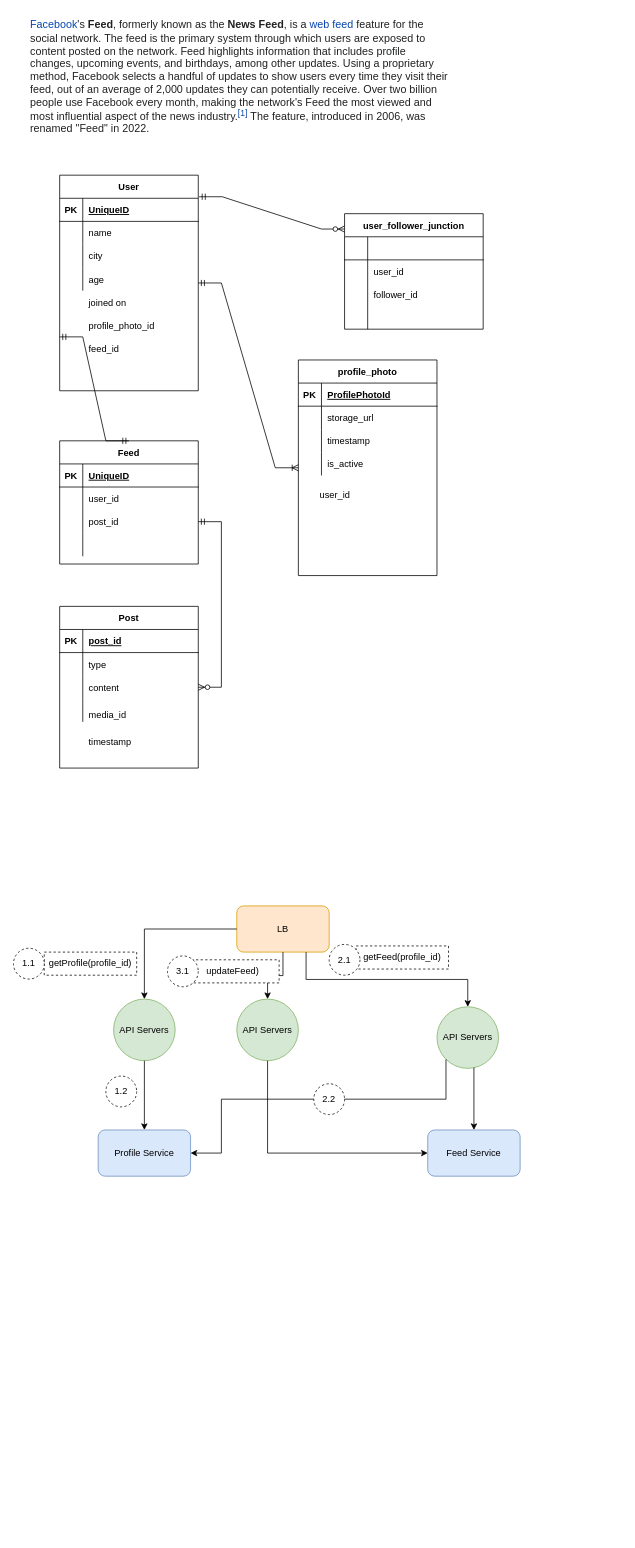
rajdeepd/draw_io keeps this draw.io diagram as Facebook Newsfeed 1.drawio. Above is the earlier version. Source tidied: cells renumbered, new cells numbered last; positions are measured from the earlier drawing's top-left corner, leaving out a move shared by most shapes. Both pictures are drawn from the tidied source at 77%, with x=0, y=0 at pixel (13, 13).
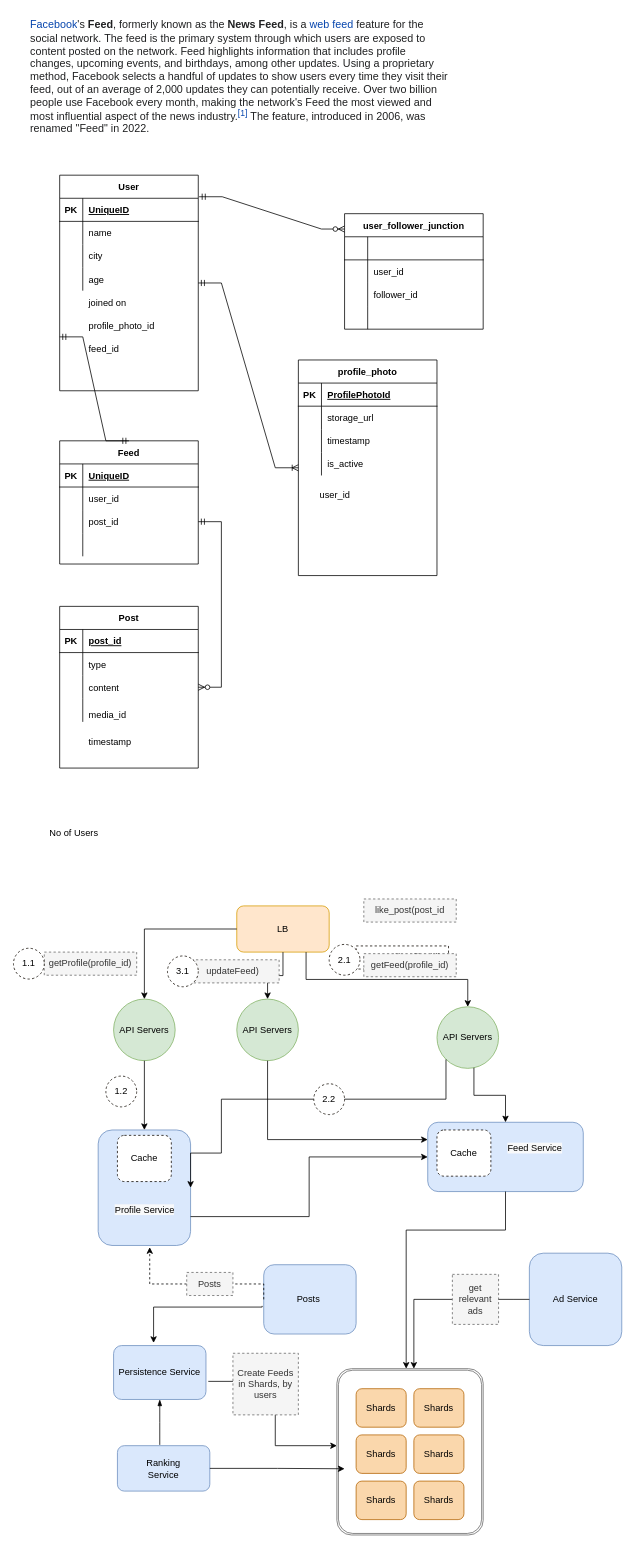
Above is the later version.

The change refers to these unchanged cells:
```xml
<mxCell id="80" value="API Servers" style="ellipse;whiteSpace=wrap;html=1;fillColor=#d5e8d4;strokeColor=#82b366;" parent="1" vertex="1">
  <mxGeometry x="290" y="1280" width="80" height="80" as="geometry" />
</mxCell>
```

What changed in the source:
```diff
@@
+    <mxCell id="99" style="shape=ext;double=1;rounded=1;whiteSpace=wrap;html=1;shadow=0;strokeColor=#666666;fillColor=default;strokeWidth=1;arcSize=10;" parent="1" vertex="1">
+      <mxGeometry x="420" y="1760" width="190" height="216" as="geometry" />
+    </mxCell>
@@
-    <mxCell id="85" value="Feed Service" style="rounded=1;whiteSpace=wrap;html=1;fillColor=#dae8fc;strokeColor=#6c8ebf;" parent="1" vertex="1">
-      <mxGeometry x="538" y="1450" width="120" height="60" as="geometry" />
+    <mxCell id="85" style="rounded=1;whiteSpace=wrap;html=1;fillColor=#dae8fc;strokeColor=#6c8ebf;" parent="1" vertex="1">
+      <mxGeometry x="538" y="1440" width="202" height="90" as="geometry" />
     </mxCell>
-    <mxCell id="86" value="Profile Service" style="rounded=1;whiteSpace=wrap;html=1;fillColor=#dae8fc;strokeColor=#6c8ebf;" parent="1" vertex="1">
-      <mxGeometry x="110" y="1450" width="120" height="60" as="geometry" />
+    <mxCell id="86" style="rounded=1;whiteSpace=wrap;html=1;fillColor=#dae8fc;strokeColor=#6c8ebf;" parent="1" vertex="1">
+      <mxGeometry x="110" y="1450" width="120" height="150" as="geometry" />
     </mxCell>
-    <mxCell id="87" value="getProfile(profile_id)" style="text;html=1;strokeColor=#0F0800;fillColor=#FFFFFF;align=center;verticalAlign=middle;whiteSpace=wrap;rounded=0;shadow=0;dashed=1;" parent="1" vertex="1">
+    <mxCell id="87" value="getProfile(profile_id)" style="text;html=1;strokeColor=#666666;fillColor=#f5f5f5;align=center;verticalAlign=middle;whiteSpace=wrap;rounded=0;shadow=0;dashed=1;fontColor=#333333;" parent="1" vertex="1">
       <mxGeometry x="40" y="1219" width="120" height="30" as="geometry" />
     </mxCell>
@@
-    <mxCell id="96" value="updateFeed)" style="text;html=1;strokeColor=#0F0800;fillColor=#FFFFFF;align=center;verticalAlign=middle;whiteSpace=wrap;rounded=0;shadow=0;dashed=1;" parent="1" vertex="1">
+    <mxCell id="96" value="updateFeed)" style="text;html=1;strokeColor=#666666;fillColor=#f5f5f5;align=center;verticalAlign=middle;whiteSpace=wrap;rounded=0;shadow=0;dashed=1;fontColor=#333333;" parent="1" vertex="1">
       <mxGeometry x="225" y="1229" width="120" height="30" as="geometry" />
     </mxCell>
-    <mxCell id="97" style="endArrow=classic;html=1;rounded=0;edgeStyle=orthogonalEdgeStyle;exitX=0.5;exitY=1;exitDx=0;exitDy=0;" parent="1" edge="1" source="80" target="85">
+    <mxCell id="97" style="endArrow=classic;html=1;rounded=0;edgeStyle=orthogonalEdgeStyle;exitX=0.5;exitY=1;exitDx=0;exitDy=0;entryX=0;entryY=0.25;entryDx=0;entryDy=0;" parent="1" edge="1" source="80" target="85">
       <mxGeometry relative="1" as="geometry">
         <Array as="points">
-          <mxPoint x="330" y="1480" />
+          <mxPoint x="330" y="1463" />
         </Array>
       </mxGeometry>
     </mxCell>
@@
+    <mxCell id="100" value="No of Users&lt;br&gt;" style="text;html=1;strokeColor=none;fillColor=none;align=left;verticalAlign=middle;whiteSpace=wrap;rounded=0;shadow=0;dashed=1;" parent="1" vertex="1">
+      <mxGeometry x="45" y="1050" width="305" height="30" as="geometry" />
+    </mxCell>
+    <mxCell id="101" value="getFeed(profile_id)" style="text;html=1;strokeColor=#666666;fillColor=#f5f5f5;align=center;verticalAlign=middle;whiteSpace=wrap;rounded=0;shadow=0;dashed=1;fontColor=#333333;" parent="1" vertex="1">
+      <mxGeometry x="455" y="1221" width="120" height="30" as="geometry" />
+    </mxCell>
+    <mxCell id="102" value="like_post(post_id" style="text;html=1;strokeColor=#666666;fillColor=#f5f5f5;align=center;verticalAlign=middle;whiteSpace=wrap;rounded=0;shadow=0;dashed=1;fontColor=#333333;" parent="1" vertex="1">
+      <mxGeometry x="455" y="1150" width="120" height="30" as="geometry" />
+    </mxCell>
+    <mxCell id="103" value="Posts&amp;nbsp;" style="rounded=1;whiteSpace=wrap;html=1;fillColor=#dae8fc;strokeColor=#6c8ebf;" parent="1" vertex="1">
+      <mxGeometry x="325" y="1625" width="120" height="90" as="geometry" />
+    </mxCell>
+    <mxCell id="104" style="edgeStyle=elbowEdgeStyle;elbow=vertical;endArrow=classic;html=1;rounded=0;" parent="1" edge="1" source="85" target="99">
+      <mxGeometry relative="1" as="geometry">
+        <Array as="points">
+          <mxPoint x="510" y="1580" />
+        </Array>
+      </mxGeometry>
+    </mxCell>
+    <mxCell id="105" style="edgeStyle=elbowEdgeStyle;elbow=horizontal;endArrow=classic;html=1;rounded=0;exitX=1;exitY=0.75;exitDx=0;exitDy=0;entryX=0;entryY=0.5;entryDx=0;entryDy=0;" parent="1" edge="1" source="86" target="85">
+      <mxGeometry relative="1" as="geometry" />
+    </mxCell>
+    <mxCell id="106" value="Cache" style="rounded=1;whiteSpace=wrap;html=1;shadow=0;dashed=1;strokeColor=#0F0800;fillColor=#FFFFFF;" parent="1" vertex="1">
+      <mxGeometry x="550" y="1450" width="70" height="60" as="geometry" />
+    </mxCell>
+    <mxCell id="107" value="&lt;span style=&quot;color: rgb(0, 0, 0); font-family: Helvetica; font-size: 12px; font-style: normal; font-variant-ligatures: normal; font-variant-caps: normal; font-weight: 400; letter-spacing: normal; orphans: 2; text-align: center; text-indent: 0px; text-transform: none; widows: 2; word-spacing: 0px; -webkit-text-stroke-width: 0px; background-color: rgb(248, 249, 250); text-decoration-thickness: initial; text-decoration-style: initial; text-decoration-color: initial; float: none; display: inline !important;&quot;&gt;Feed Service&lt;/span&gt;" style="text;whiteSpace=wrap;html=1;" parent="1" vertex="1">
+      <mxGeometry x="640" y="1460" width="100" height="30" as="geometry" />
+    </mxCell>
+    <mxCell id="108" style="edgeStyle=elbowEdgeStyle;elbow=vertical;endArrow=classic;html=1;rounded=0;entryX=0.558;entryY=1.015;entryDx=0;entryDy=0;entryPerimeter=0;exitX=0;exitY=0.5;exitDx=0;exitDy=0;dashed=1;" parent="1" edge="1" source="103" target="86">
+      <mxGeometry relative="1" as="geometry">
+        <Array as="points">
+          <mxPoint x="290" y="1650" />
+        </Array>
+      </mxGeometry>
+    </mxCell>
+    <mxCell id="109" value="Posts" style="text;html=1;align=center;verticalAlign=middle;whiteSpace=wrap;rounded=0;shadow=0;dashed=1;fillColor=#f5f5f5;fontColor=#333333;strokeColor=#666666;" parent="1" vertex="1">
+      <mxGeometry x="225" y="1635" width="60" height="30" as="geometry" />
+    </mxCell>
+    <mxCell id="110" value="Ad Service" style="rounded=1;whiteSpace=wrap;html=1;fillColor=#dae8fc;strokeColor=#6c8ebf;" parent="1" vertex="1">
+      <mxGeometry x="670" y="1610" width="120" height="120" as="geometry" />
+    </mxCell>
+    <mxCell id="111" style="edgeStyle=elbowEdgeStyle;elbow=horizontal;endArrow=classic;html=1;rounded=0;exitX=0;exitY=0.5;exitDx=0;exitDy=0;startArrow=none;" parent="1" edge="1" source="112" target="99">
+      <mxGeometry relative="1" as="geometry">
+        <Array as="points">
+          <mxPoint x="520" y="1670" />
+          <mxPoint x="530" y="1670" />
+        </Array>
+      </mxGeometry>
+    </mxCell>
+    <mxCell id="112" value="get relevant ads" style="text;html=1;align=center;verticalAlign=middle;whiteSpace=wrap;rounded=0;shadow=0;dashed=1;fillColor=#f5f5f5;fontColor=#333333;strokeColor=#666666;" parent="1" vertex="1">
+      <mxGeometry x="570" y="1637.5" width="60" height="65" as="geometry" />
+    </mxCell>
+    <mxCell id="113" style="edgeStyle=elbowEdgeStyle;elbow=horizontal;endArrow=none;html=1;rounded=0;exitX=0;exitY=0.5;exitDx=0;exitDy=0;entryX=1;entryY=0.5;entryDx=0;entryDy=0;" parent="1" edge="1" source="110" target="112">
+      <mxGeometry relative="1" as="geometry" />
+    </mxCell>
+    <mxCell id="114" value="Cache" style="rounded=1;whiteSpace=wrap;html=1;shadow=0;dashed=1;strokeColor=#0F0800;fillColor=#FFFFFF;" parent="1" vertex="1">
+      <mxGeometry x="135" y="1457" width="70" height="60" as="geometry" />
+    </mxCell>
+    <mxCell id="115" value="&lt;span style=&quot;color: rgb(0, 0, 0); font-family: Helvetica; font-size: 12px; font-style: normal; font-variant-ligatures: normal; font-variant-caps: normal; font-weight: 400; letter-spacing: normal; orphans: 2; text-align: center; text-indent: 0px; text-transform: none; widows: 2; word-spacing: 0px; -webkit-text-stroke-width: 0px; background-color: rgb(248, 249, 250); text-decoration-thickness: initial; text-decoration-style: initial; text-decoration-color: initial; float: none; display: inline !important;&quot;&gt;Profile Service&lt;/span&gt;" style="text;whiteSpace=wrap;html=1;fillColor=none;" parent="1" vertex="1">
+      <mxGeometry x="130" y="1540" width="100" height="30" as="geometry" />
+    </mxCell>
+    <mxCell id="116" value="Persistence Service" style="rounded=1;whiteSpace=wrap;html=1;fillColor=#dae8fc;strokeColor=#6c8ebf;" parent="1" vertex="1">
+      <mxGeometry x="130" y="1730" width="120" height="70" as="geometry" />
+    </mxCell>
+    <mxCell id="117" style="edgeStyle=elbowEdgeStyle;elbow=vertical;endArrow=classic;html=1;rounded=0;entryX=0.433;entryY=-0.05;entryDx=0;entryDy=0;exitX=-0.017;exitY=0.594;exitDx=0;exitDy=0;entryPerimeter=0;exitPerimeter=0;" parent="1" edge="1" source="103" target="116">
+      <mxGeometry relative="1" as="geometry">
+        <Array as="points">
+          <mxPoint x="260" y="1680" />
+        </Array>
+      </mxGeometry>
+    </mxCell>
+    <mxCell id="118" value="Shards" style="rounded=1;whiteSpace=wrap;html=1;fillColor=#fad7ac;strokeColor=#b46504;" parent="1" vertex="1">
+      <mxGeometry x="445" y="1786" width="65" height="50" as="geometry" />
+    </mxCell>
+    <mxCell id="119" value="Shards" style="rounded=1;whiteSpace=wrap;html=1;fillColor=#fad7ac;strokeColor=#b46504;" parent="1" vertex="1">
+      <mxGeometry x="520" y="1786" width="65" height="50" as="geometry" />
+    </mxCell>
+    <mxCell id="120" value="Shards" style="rounded=1;whiteSpace=wrap;html=1;fillColor=#fad7ac;strokeColor=#b46504;" parent="1" vertex="1">
+      <mxGeometry x="445" y="1846" width="65" height="50" as="geometry" />
+    </mxCell>
+    <mxCell id="121" value="Shards" style="rounded=1;whiteSpace=wrap;html=1;fillColor=#fad7ac;strokeColor=#b46504;" parent="1" vertex="1">
+      <mxGeometry x="520" y="1906" width="65" height="50" as="geometry" />
+    </mxCell>
+    <mxCell id="122" value="Shards" style="rounded=1;whiteSpace=wrap;html=1;fillColor=#fad7ac;strokeColor=#b46504;" parent="1" vertex="1">
+      <mxGeometry x="445" y="1906" width="65" height="50" as="geometry" />
+    </mxCell>
+    <mxCell id="123" value="Shards" style="rounded=1;whiteSpace=wrap;html=1;fillColor=#fad7ac;strokeColor=#b46504;" parent="1" vertex="1">
+      <mxGeometry x="520" y="1846" width="65" height="50" as="geometry" />
+    </mxCell>
+    <mxCell id="124" style="edgeStyle=elbowEdgeStyle;elbow=horizontal;endArrow=classic;html=1;rounded=0;exitX=1.025;exitY=0.664;exitDx=0;exitDy=0;entryX=0;entryY=0.463;entryDx=0;entryDy=0;entryPerimeter=0;exitPerimeter=0;" parent="1" edge="1" source="116" target="99">
+      <mxGeometry relative="1" as="geometry">
+        <Array as="points">
+          <mxPoint x="340" y="1790" />
+        </Array>
+      </mxGeometry>
+    </mxCell>
+    <mxCell id="125" value="Ranking&lt;br&gt;Service" style="rounded=1;whiteSpace=wrap;html=1;fillColor=#dae8fc;strokeColor=#6c8ebf;" parent="1" vertex="1">
+      <mxGeometry x="135" y="1860" width="120" height="59" as="geometry" />
+    </mxCell>
+    <mxCell id="126" style="edgeStyle=elbowEdgeStyle;elbow=horizontal;endArrow=none;html=1;rounded=0;exitX=0.5;exitY=1;exitDx=0;exitDy=0;startArrow=blockThin;startFill=1;endFill=0;" parent="1" edge="1" source="116">
+      <mxGeometry relative="1" as="geometry">
+        <mxPoint x="190" y="1859" as="targetPoint" />
+        <Array as="points">
+          <mxPoint x="190" y="1830" />
+        </Array>
+      </mxGeometry>
+    </mxCell>
+    <mxCell id="127" style="edgeStyle=elbowEdgeStyle;elbow=horizontal;endArrow=classic;html=1;rounded=0;exitX=1;exitY=0.5;exitDx=0;exitDy=0;" parent="1" edge="1" source="125">
+      <mxGeometry relative="1" as="geometry">
+        <mxPoint x="430" y="1890" as="targetPoint" />
+      </mxGeometry>
+    </mxCell>
+    <mxCell id="128" value="Create Feeds in Shards, by users" style="text;html=1;align=center;verticalAlign=middle;whiteSpace=wrap;rounded=0;shadow=0;dashed=1;fillColor=#f5f5f5;fontColor=#333333;strokeColor=#666666;" parent="1" vertex="1">
+      <mxGeometry x="285" y="1740" width="85" height="80" as="geometry" />
+    </mxCell>
```
